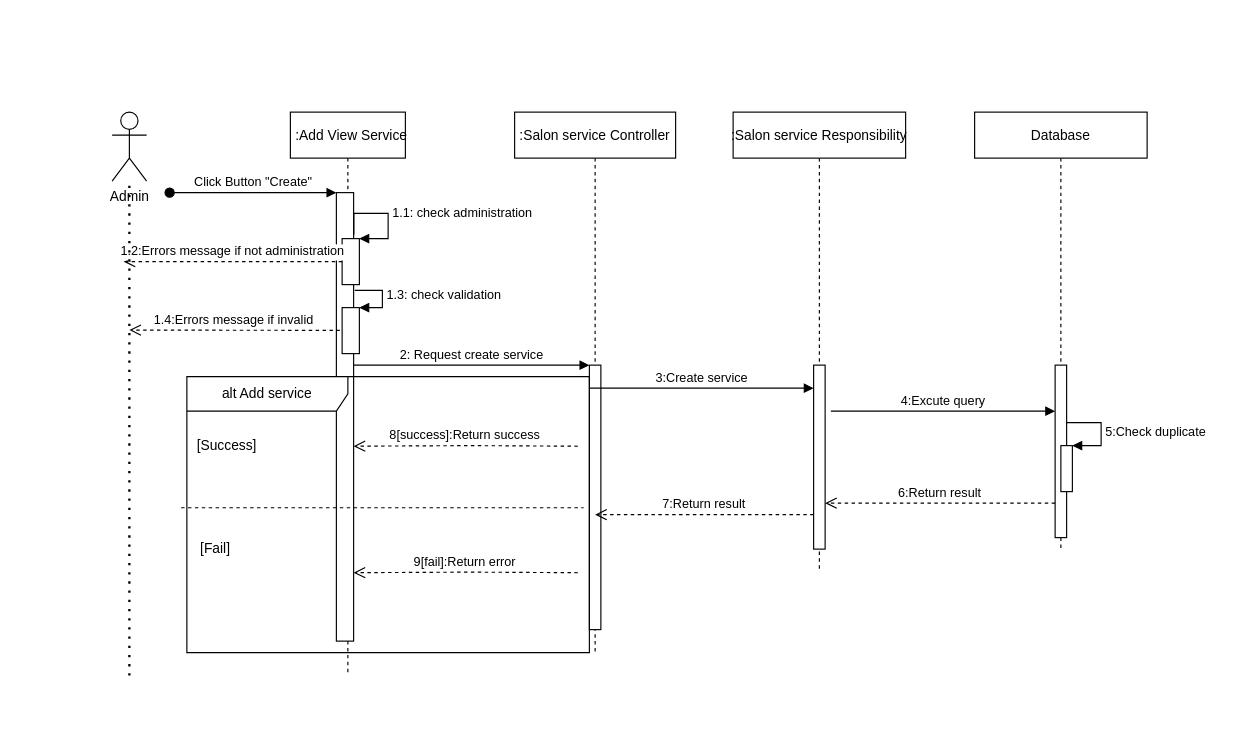
This is src/Untitled Diagram.drawio from minhttse/HanaShop, a draw.io file, before an edit. Source tidied: cells renumbered, new cells numbered last; positions are measured from the earlier drawing's top-left corner, leaving out a move shared by most shapes. Both pictures are drawn from the tidied source at 115%, with x=0, y=0 at pixel (112, 112).
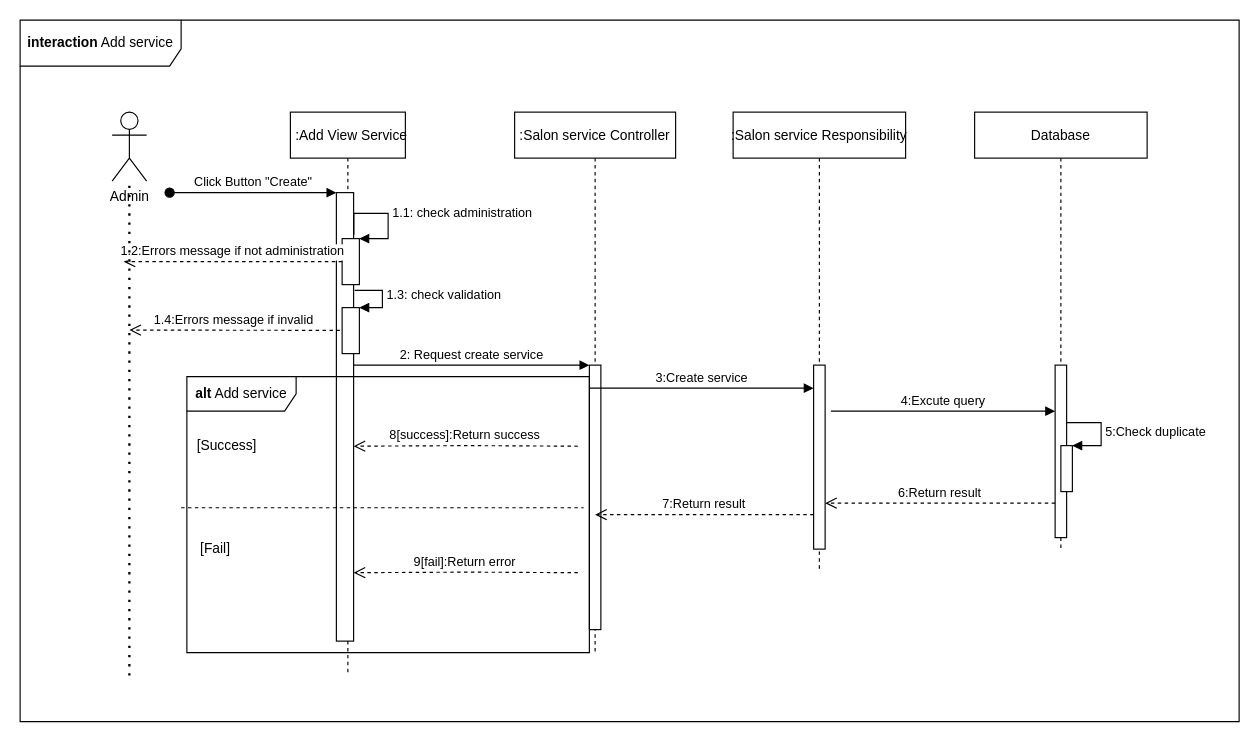
The same page after the edit.

The change refers to these unchanged cells:
```xml
<mxCell id="9" value=":Salon service Controller" style="shape=umlLifeline;perimeter=lifelinePerimeter;rounded=0;shadow=0;strokeWidth=1;" parent="1" vertex="1">
  <mxGeometry x="350" width="140" height="470" as="geometry" />
</mxCell>
```

What changed in the source:
```diff
@@
-    <mxCell id="11" value="alt Add service" style="shape=umlFrame;whiteSpace=wrap;html=1;width=140;height=30;" parent="9" vertex="1">
+    <mxCell id="11" value="&lt;b&gt;alt&lt;/b&gt; Add service" style="shape=umlFrame;whiteSpace=wrap;html=1;width=95;height=30;" parent="9" vertex="1">
       <mxGeometry x="-285" y="230" width="350" height="240" as="geometry" />
     </mxCell>
@@
+    <mxCell id="32" value="&lt;b&gt;interaction&lt;/b&gt; Add service" style="shape=umlFrame;whiteSpace=wrap;html=1;width=140;height=40;" parent="1" vertex="1">
+      <mxGeometry x="-80" y="-80" width="1060" height="610" as="geometry" />
+    </mxCell>
```
